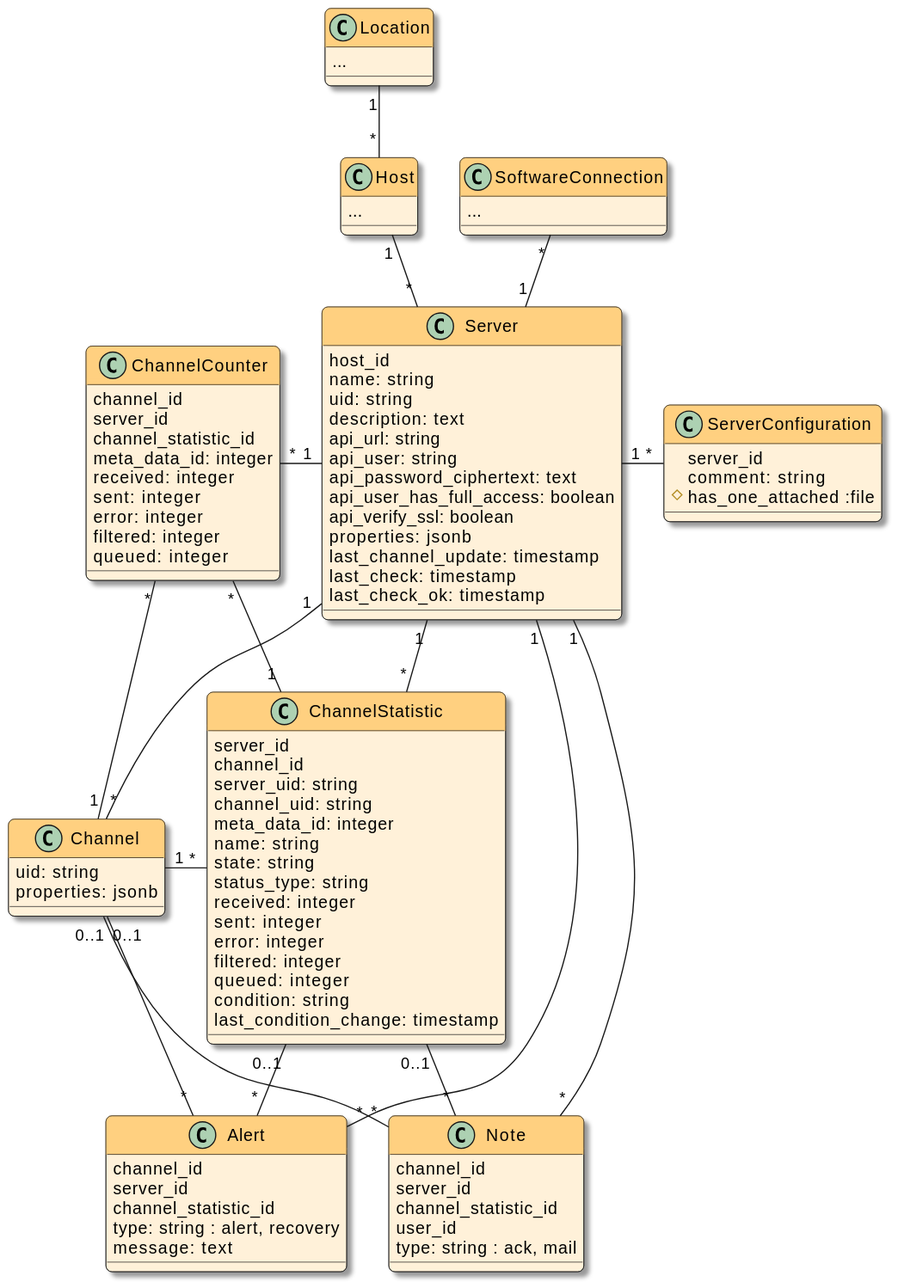
This is docs/devnotes/_images/models.svg from swobspace/mirco, a PlantUML export, as it was before one commit. Source of this version:
```plantuml
@startuml
top to bottom direction

!theme mirco from .

class Location {
  ...
}
class Host {
  ...
}
class SoftwareConnection {
  ...
}

class Server  {
  host_id
  name: string
  uid: string
  description: text
  api_url: string
  api_user: string
  api_password_ciphertext: text
  api_user_has_full_access: boolean
  api_verify_ssl: boolean
  properties: jsonb
  last_channel_update: timestamp
  last_check: timestamp
  last_check_ok: timestamp
}

class Channel {
  uid: string
  properties: jsonb
}

class ChannelStatistic {
  server_id
  channel_id
  server_uid: string
  channel_uid: string
  meta_data_id: integer
  name: string
  state: string
  status_type: string
  received: integer
  sent: integer
  error: integer
  filtered: integer
  queued: integer
  condition: string
  last_condition_change: timestamp
}

class ChannelCounter {
  channel_id
  server_id
  channel_statistic_id
  meta_data_id: integer
  received: integer
  sent: integer
  error: integer
  filtered: integer
  queued: integer
}

class Alert {
  channel_id
  server_id
  channel_statistic_id
  type: string : alert, recovery
  message: text
}

class Note {
  channel_id
  server_id
  channel_statistic_id
  user_id
  type: string : ack, mail
}

class ServerConfiguration {
  server_id
  comment: string
  # has_one_attached :file
}

Location "1" -- "*" Host
Host "1" -- "*" Server
SoftwareConnection "*" -- "1" "Server"
Server "1" -- "*" Channel
Server "1" - "*" ServerConfiguration
Server "1" - "*" ChannelStatistic
Channel "1" - "*" ChannelStatistic
ChannelCounter "*" - "1" Server
ChannelCounter "*" -- "1" Channel
ChannelCounter "*" -- "1" ChannelStatistic
Server "1" -- "*" Alert
Channel "0..1" -- "*" Alert
ChannelStatistic "0..1" -- "*" Alert
Server "1" -- "*" Note
Channel "0..1" -- "*" Note
ChannelStatistic "0..1" -- "*" Note

@enduml
```
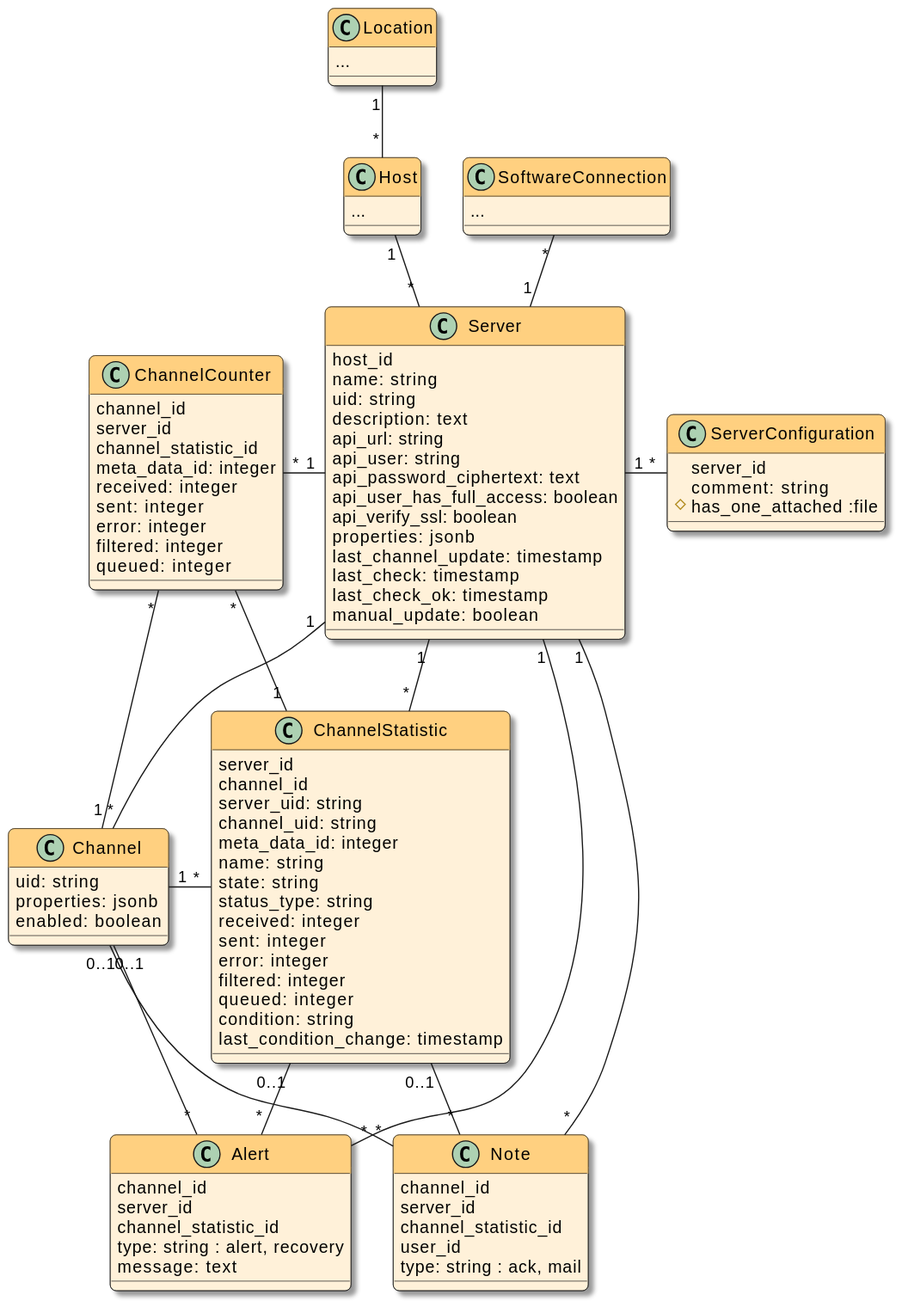
The same file after the commit.

Diff of the diagram source:
```diff
@@ -27,11 +27,13 @@
   last_channel_update: timestamp
   last_check: timestamp
   last_check_ok: timestamp
+  manual_update: boolean
 }
 
 class Channel {
   uid: string
   properties: jsonb
+  enabled: boolean
 }
 
 class ChannelStatistic {
```
